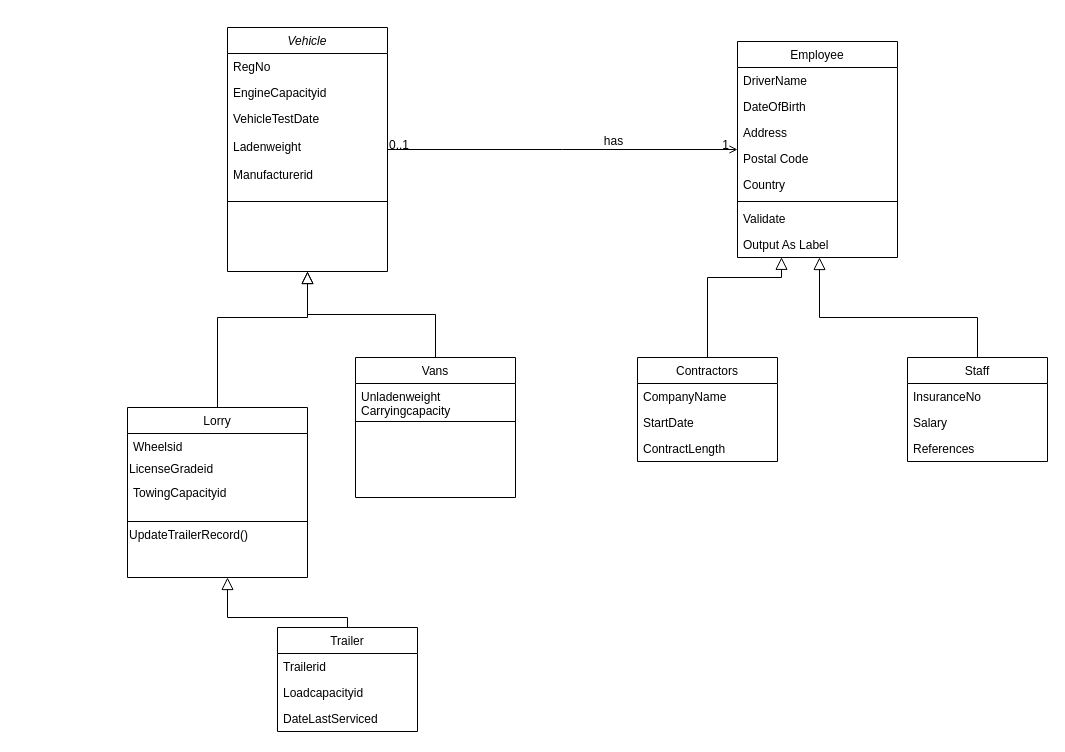
Nyamzwambugu/cousera-tester keeps this draw.io diagram as Untitled Diagram.drawio. Above is the earlier version. Source tidied: cells renumbered, new cells numbered last; positions are measured from the earlier drawing's top-left corner, leaving out a move shared by most shapes. Both pictures are drawn from the tidied source at 100%, with x=0, y=0 at pixel (127, 27).
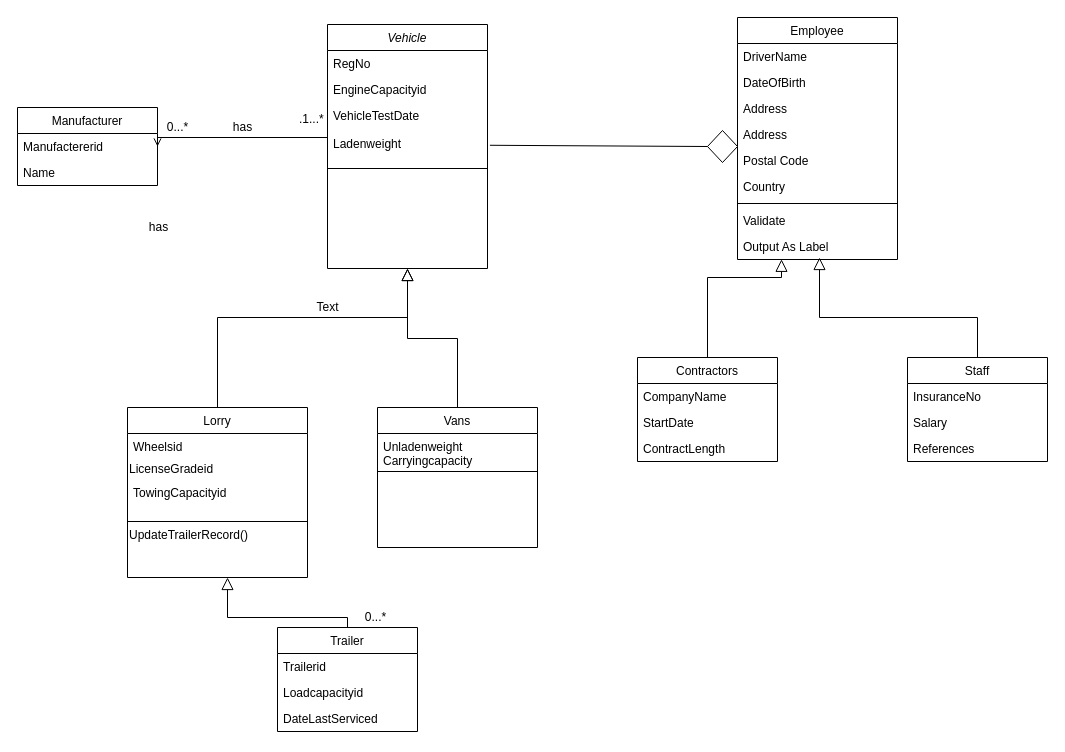
The same diagram, later.

Diff of the diagram source:
```diff
@@
     <mxCell id="2" value="Vehicle" style="swimlane;fontStyle=2;align=center;verticalAlign=top;horizontal=1;startSize=26;rounded=0;shadow=0;strokeWidth=1;" parent="1" vertex="1">
-      <mxGeometry x="100" width="160" height="244" as="geometry" />
+      <mxGeometry x="200" y="-3" width="160" height="244" as="geometry" />
     </mxCell>
@@
-    <mxCell id="5" value="VehicleTestDate&#10;&#10;Ladenweight&#10;&#10;Manufacturerid" style="text;align=left;verticalAlign=top;spacingLeft=4;spacingRight=4;overflow=hidden;points=[[0,0.5],[1,0.5]];portConstraint=eastwest;rounded=0;shadow=0;html=0;" parent="2" vertex="1">
-      <mxGeometry y="78" width="160" height="92" as="geometry" />
+    <mxCell id="5" value="VehicleTestDate&#10;&#10;Ladenweight" style="text;align=left;verticalAlign=top;spacingLeft=4;spacingRight=4;overflow=hidden;points=[[0,0.5],[1,0.5]];portConstraint=eastwest;rounded=0;shadow=0;html=0;" parent="2" vertex="1">
+      <mxGeometry y="78" width="160" height="62" as="geometry" />
     </mxCell>
     <mxCell id="6" style="line;html=1;strokeWidth=1;align=left;verticalAlign=middle;spacingTop=-1;spacingLeft=3;spacingRight=3;labelPosition=right;" parent="2" vertex="1">
-      <mxGeometry y="170" width="160" height="8" as="geometry" />
+      <mxGeometry y="140" width="160" height="8" as="geometry" />
     </mxCell>
@@
     <mxCell id="14" value="Vans" style="swimlane;fontStyle=0;align=center;verticalAlign=top;horizontal=1;startSize=26;rounded=0;shadow=0;strokeWidth=1;" parent="1" vertex="1">
-      <mxGeometry x="228" y="330" width="160" height="140" as="geometry" />
+      <mxGeometry x="250" y="380" width="160" height="140" as="geometry" />
     </mxCell>
@@
     <mxCell id="18" value="Employee" style="swimlane;fontStyle=0;align=center;verticalAlign=top;horizontal=1;startSize=26;rounded=0;shadow=0;strokeWidth=1;" parent="1" vertex="1">
-      <mxGeometry x="610" y="14" width="160" height="216" as="geometry" />
+      <mxGeometry x="610" y="-10" width="160" height="242" as="geometry" />
     </mxCell>
@@
+    <mxCell id="46" value="Address" style="text;align=left;verticalAlign=top;spacingLeft=4;spacingRight=4;overflow=hidden;rounded=0;shadow=0;html=0;" parent="18" vertex="1">
+      <mxGeometry y="78" width="160" height="26" as="geometry" />
+    </mxCell>
     <mxCell id="21" value="Address" style="text;align=left;verticalAlign=top;spacingLeft=4;spacingRight=4;overflow=hidden;rounded=0;shadow=0;html=0;" parent="18" vertex="1">
-      <mxGeometry y="78" width="160" height="26" as="geometry" />
+      <mxGeometry y="104" width="160" height="26" as="geometry" />
     </mxCell>
     <mxCell id="22" value="Postal Code" style="text;align=left;verticalAlign=top;spacingLeft=4;spacingRight=4;overflow=hidden;rounded=0;shadow=0;html=0;" parent="18" vertex="1">
-      <mxGeometry y="104" width="160" height="26" as="geometry" />
+      <mxGeometry y="130" width="160" height="26" as="geometry" />
     </mxCell>
     <mxCell id="23" value="Country" style="text;align=left;verticalAlign=top;spacingLeft=4;spacingRight=4;overflow=hidden;rounded=0;shadow=0;html=0;" parent="18" vertex="1">
-      <mxGeometry y="130" width="160" height="26" as="geometry" />
+      <mxGeometry y="156" width="160" height="26" as="geometry" />
     </mxCell>
     <mxCell id="24" style="line;html=1;strokeWidth=1;align=left;verticalAlign=middle;spacingTop=-1;spacingLeft=3;spacingRight=3;labelPosition=right;" parent="18" vertex="1">
-      <mxGeometry y="156" width="160" height="8" as="geometry" />
+      <mxGeometry y="182" width="160" height="8" as="geometry" />
     </mxCell>
     <mxCell id="25" value="Validate" style="text;align=left;verticalAlign=top;spacingLeft=4;spacingRight=4;overflow=hidden;" parent="18" vertex="1">
-      <mxGeometry y="164" width="160" height="26" as="geometry" />
+      <mxGeometry y="190" width="160" height="26" as="geometry" />
     </mxCell>
     <mxCell id="26" value="Output As Label" style="text;align=left;verticalAlign=top;spacingLeft=4;spacingRight=4;overflow=hidden;points=[[0,0.5],[1,0.5]];portConstraint=eastwest;" parent="18" vertex="1">
-      <mxGeometry y="190" width="160" height="26" as="geometry" />
+      <mxGeometry y="216" width="160" height="26" as="geometry" />
     </mxCell>
-    <mxCell id="27" style="endArrow=open;shadow=0;strokeWidth=1;rounded=0;endFill=1;edgeStyle=elbowEdgeStyle;elbow=vertical;" parent="1" edge="1" source="2" target="18">
-      <mxGeometry x="0.5" y="41" relative="1" as="geometry">
-        <mxPoint x="-40" y="32" as="offset" />
-      </mxGeometry>
-    </mxCell>
-    <mxCell id="28" value="0..1" style="align=left;verticalAlign=bottom;labelBackgroundColor=none;fontSize=12;" parent="27" vertex="1">
-      <mxGeometry x="-1" relative="1" as="geometry">
-        <mxPoint y="4" as="offset" />
-      </mxGeometry>
-    </mxCell>
-    <mxCell id="29" value="1" style="align=right;verticalAlign=bottom;labelBackgroundColor=none;fontSize=12;" parent="27" vertex="1">
-      <mxGeometry x="1" relative="1" as="geometry">
-        <mxPoint x="-7" y="4" as="offset" />
-      </mxGeometry>
-    </mxCell>
-    <mxCell id="30" value="has" style="text;html=1;align=center;verticalAlign=middle;labelBackgroundColor=none;rounded=0;shadow=0;strokeWidth=1;fontSize=12;" parent="27" vertex="1">
-      <mxGeometry x="0.5" y="49" relative="1" as="geometry">
-        <mxPoint x="-38" y="40" as="offset" />
-      </mxGeometry>
-    </mxCell>
@@
+    <mxCell id="47" value="Manufacturer" style="swimlane;fontStyle=0;horizontal=1;startSize=26;fillColor=none;" parent="1" vertex="1">
+      <mxGeometry x="-110" y="80" width="140" height="78" as="geometry" />
+    </mxCell>
+    <mxCell id="48" value="Manufactererid" style="text;strokeColor=none;fillColor=none;align=left;verticalAlign=top;spacingLeft=4;spacingRight=4;overflow=hidden;points=[[0,0.5],[1,0.5]];portConstraint=eastwest;" parent="47" vertex="1">
+      <mxGeometry y="26" width="140" height="26" as="geometry" />
+    </mxCell>
+    <mxCell id="49" value="Name" style="text;strokeColor=none;fillColor=none;align=left;verticalAlign=top;spacingLeft=4;spacingRight=4;overflow=hidden;" parent="47" vertex="1">
+      <mxGeometry y="52" width="140" height="26" as="geometry" />
+    </mxCell>
+    <mxCell id="50" style="endArrow=open;shadow=0;strokeWidth=1;rounded=0;endFill=1;edgeStyle=elbowEdgeStyle;elbow=vertical;exitX=0;exitY=0.394;exitDx=0;exitDy=0;exitPerimeter=0;entryX=1;entryY=0.5;entryDx=0;entryDy=0;" parent="1" edge="1" source="5" target="48">
+      <mxGeometry x="0.5" y="41" relative="1" as="geometry">
+        <Array as="points">
+          <mxPoint x="70" y="110" />
+          <mxPoint x="50" y="106" />
+          <mxPoint x="70" y="95" />
+        </Array>
+        <mxPoint x="-40" y="32" as="offset" />
+      </mxGeometry>
+    </mxCell>
+    <mxCell id="51" value=".1...*" style="align=left;verticalAlign=bottom;labelBackgroundColor=none;fontSize=12;" parent="50" vertex="1">
+      <mxGeometry x="-1" relative="1" as="geometry">
+        <mxPoint x="-30" y="1" as="offset" />
+      </mxGeometry>
+    </mxCell>
+    <mxCell id="30" value="has" style="text;html=1;align=center;verticalAlign=middle;labelBackgroundColor=none;rounded=0;shadow=0;strokeWidth=1;fontSize=12;" parent="50" vertex="1">
+      <mxGeometry x="0.5" y="49" relative="1" as="geometry">
+        <mxPoint x="-38" y="40" as="offset" />
+      </mxGeometry>
+    </mxCell>
+    <mxCell id="52" value="Text" style="text;html=1;align=center;verticalAlign=middle;fillColor=none;strokeColor=none;rounded=0;" parent="1" vertex="1">
+      <mxGeometry x="180" y="270" width="40" height="20" as="geometry" />
+    </mxCell>
+    <mxCell id="53" value="has" style="text;html=1;align=center;verticalAlign=middle;fillColor=none;strokeColor=none;rounded=0;" parent="1" vertex="1">
+      <mxGeometry x="100" y="90" width="30" height="20" as="geometry" />
+    </mxCell>
+    <mxCell id="54" value="0...*" style="text;html=1;align=center;verticalAlign=middle;fillColor=none;strokeColor=none;rounded=0;" parent="1" vertex="1">
+      <mxGeometry x="228" y="580" width="40" height="20" as="geometry" />
+    </mxCell>
+    <mxCell id="55" style="rhombus;whiteSpace=wrap;html=1;" parent="1" vertex="1">
+      <mxGeometry x="580" y="103" width="30" height="32" as="geometry" />
+    </mxCell>
+    <mxCell id="56" style="endArrow=none;html=1;entryX=0;entryY=0.5;entryDx=0;entryDy=0;exitX=1.015;exitY=0.69;exitDx=0;exitDy=0;exitPerimeter=0;" parent="1" edge="1" source="5" target="55">
+      <mxGeometry relative="1" as="geometry" />
+    </mxCell>
+    <mxCell id="57" value="0...*" style="text;html=1;align=center;verticalAlign=middle;fillColor=none;strokeColor=none;rounded=0;" parent="1" vertex="1">
+      <mxGeometry x="30" y="90" width="40" height="20" as="geometry" />
+    </mxCell>
```
